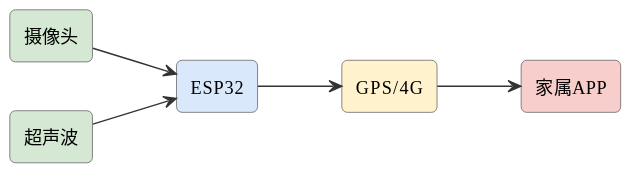
The PlantUML diagram assets/diagrams/ideas-fig57.svg in mingyi0818/IntelligentMcuCourse, before a commit.
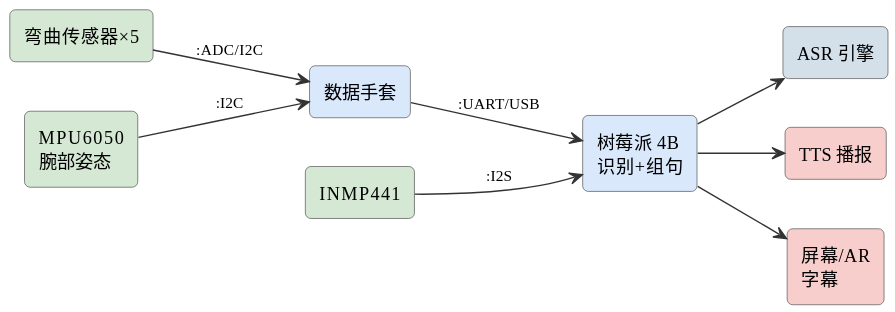
Later version of the same file.

Change to the diagram source:
```diff
@@ -6,13 +6,19 @@
 skinparam arrowFontSize 11
 skinparam arrowColor #333
 left to right direction
-rectangle "摄像头" as cam #d5e8d4
-rectangle "超声波" as ult #d5e8d4
-rectangle "ESP32" as esp #dae8fc
-rectangle "GPS/4G" as gps #fff2cc
-rectangle "家属APP" as app #f8cecc
-cam --> esp
-ult --> esp
-esp --> gps
-gps --> app
+rectangle "弯曲传感器×5" as flex #d5e8d4
+rectangle "MPU6050\n腕部姿态" as imu #d5e8d4
+rectangle "数据手套" as glove #dae8fc
+rectangle "树莓派 4B\n识别+组句" as rpi #dae8fc
+rectangle "INMP441" as mic #d5e8d4
+rectangle "ASR 引擎" as asr #d3e0ea
+rectangle "TTS 播报" as tts #f8cecc
+rectangle "屏幕/AR\n字幕" as scr #f8cecc
+flex --> glove : :ADC/I2C
+imu --> glove : :I2C
+glove --> rpi : :UART/USB
+mic --> rpi : :I2S
+rpi --> asr
+rpi --> tts
+rpi --> scr
 @enduml
```
